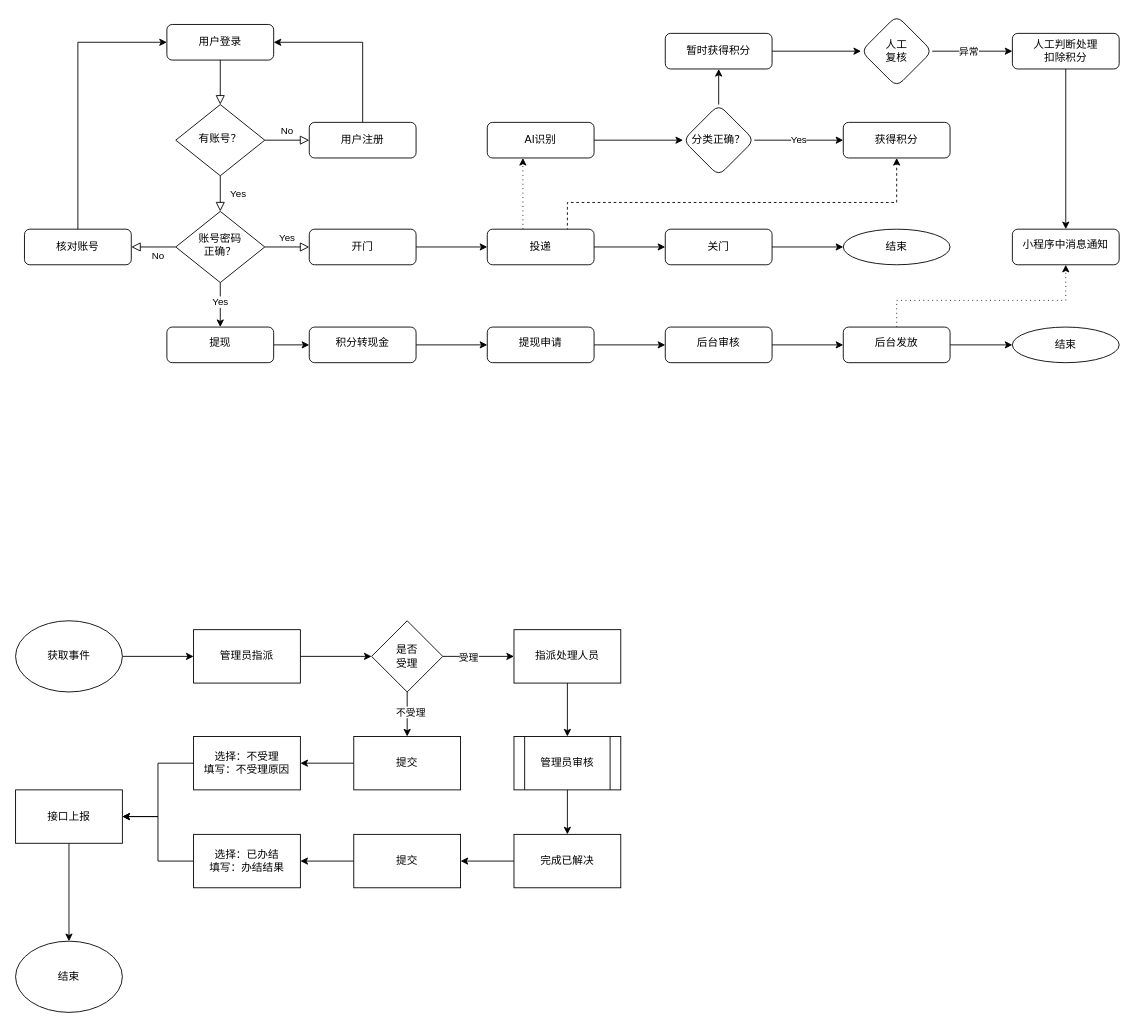
lijiejoy/bingai keeps this draw.io diagram as 未命名绘图.drawio. Above is the earlier version. Source tidied: cells renumbered, new cells numbered last; positions are measured from the earlier drawing's top-left corner, leaving out a move shared by most shapes. Both pictures are drawn from the tidied source at 89%, with x=0, y=0 at pixel (15, 15).
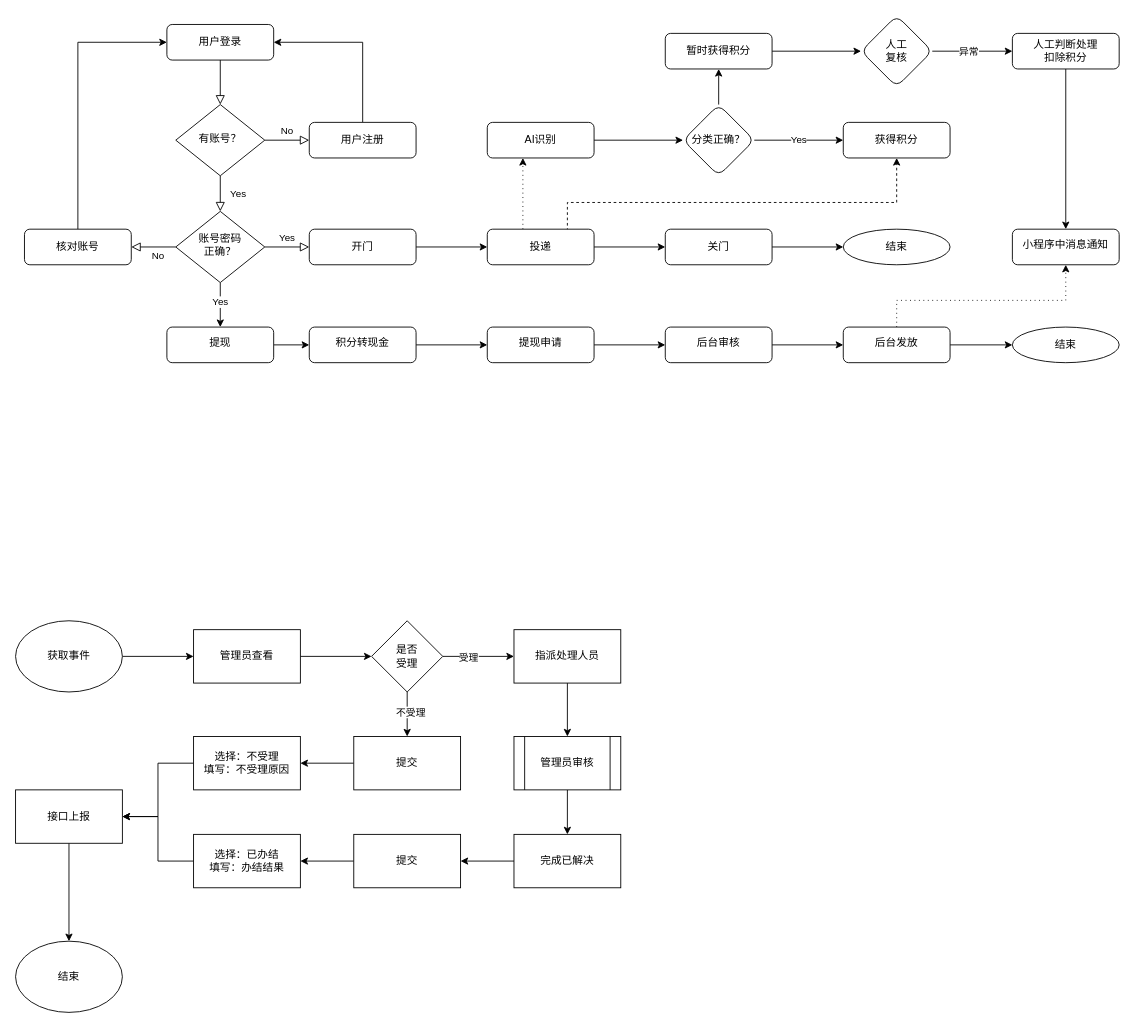
Above is the later version.

Commit message:
更新未命名绘图.drawio

What changed in the source:
```diff
@@
-    <mxCell id="54" value="管理员指派" style="whiteSpace=wrap;html=1;" parent="1" vertex="1">
+    <mxCell id="54" value="管理员查看" style="whiteSpace=wrap;html=1;" parent="1" vertex="1">
       <mxGeometry x="200" y="690" width="120" height="60" as="geometry" />
     </mxCell>
```
